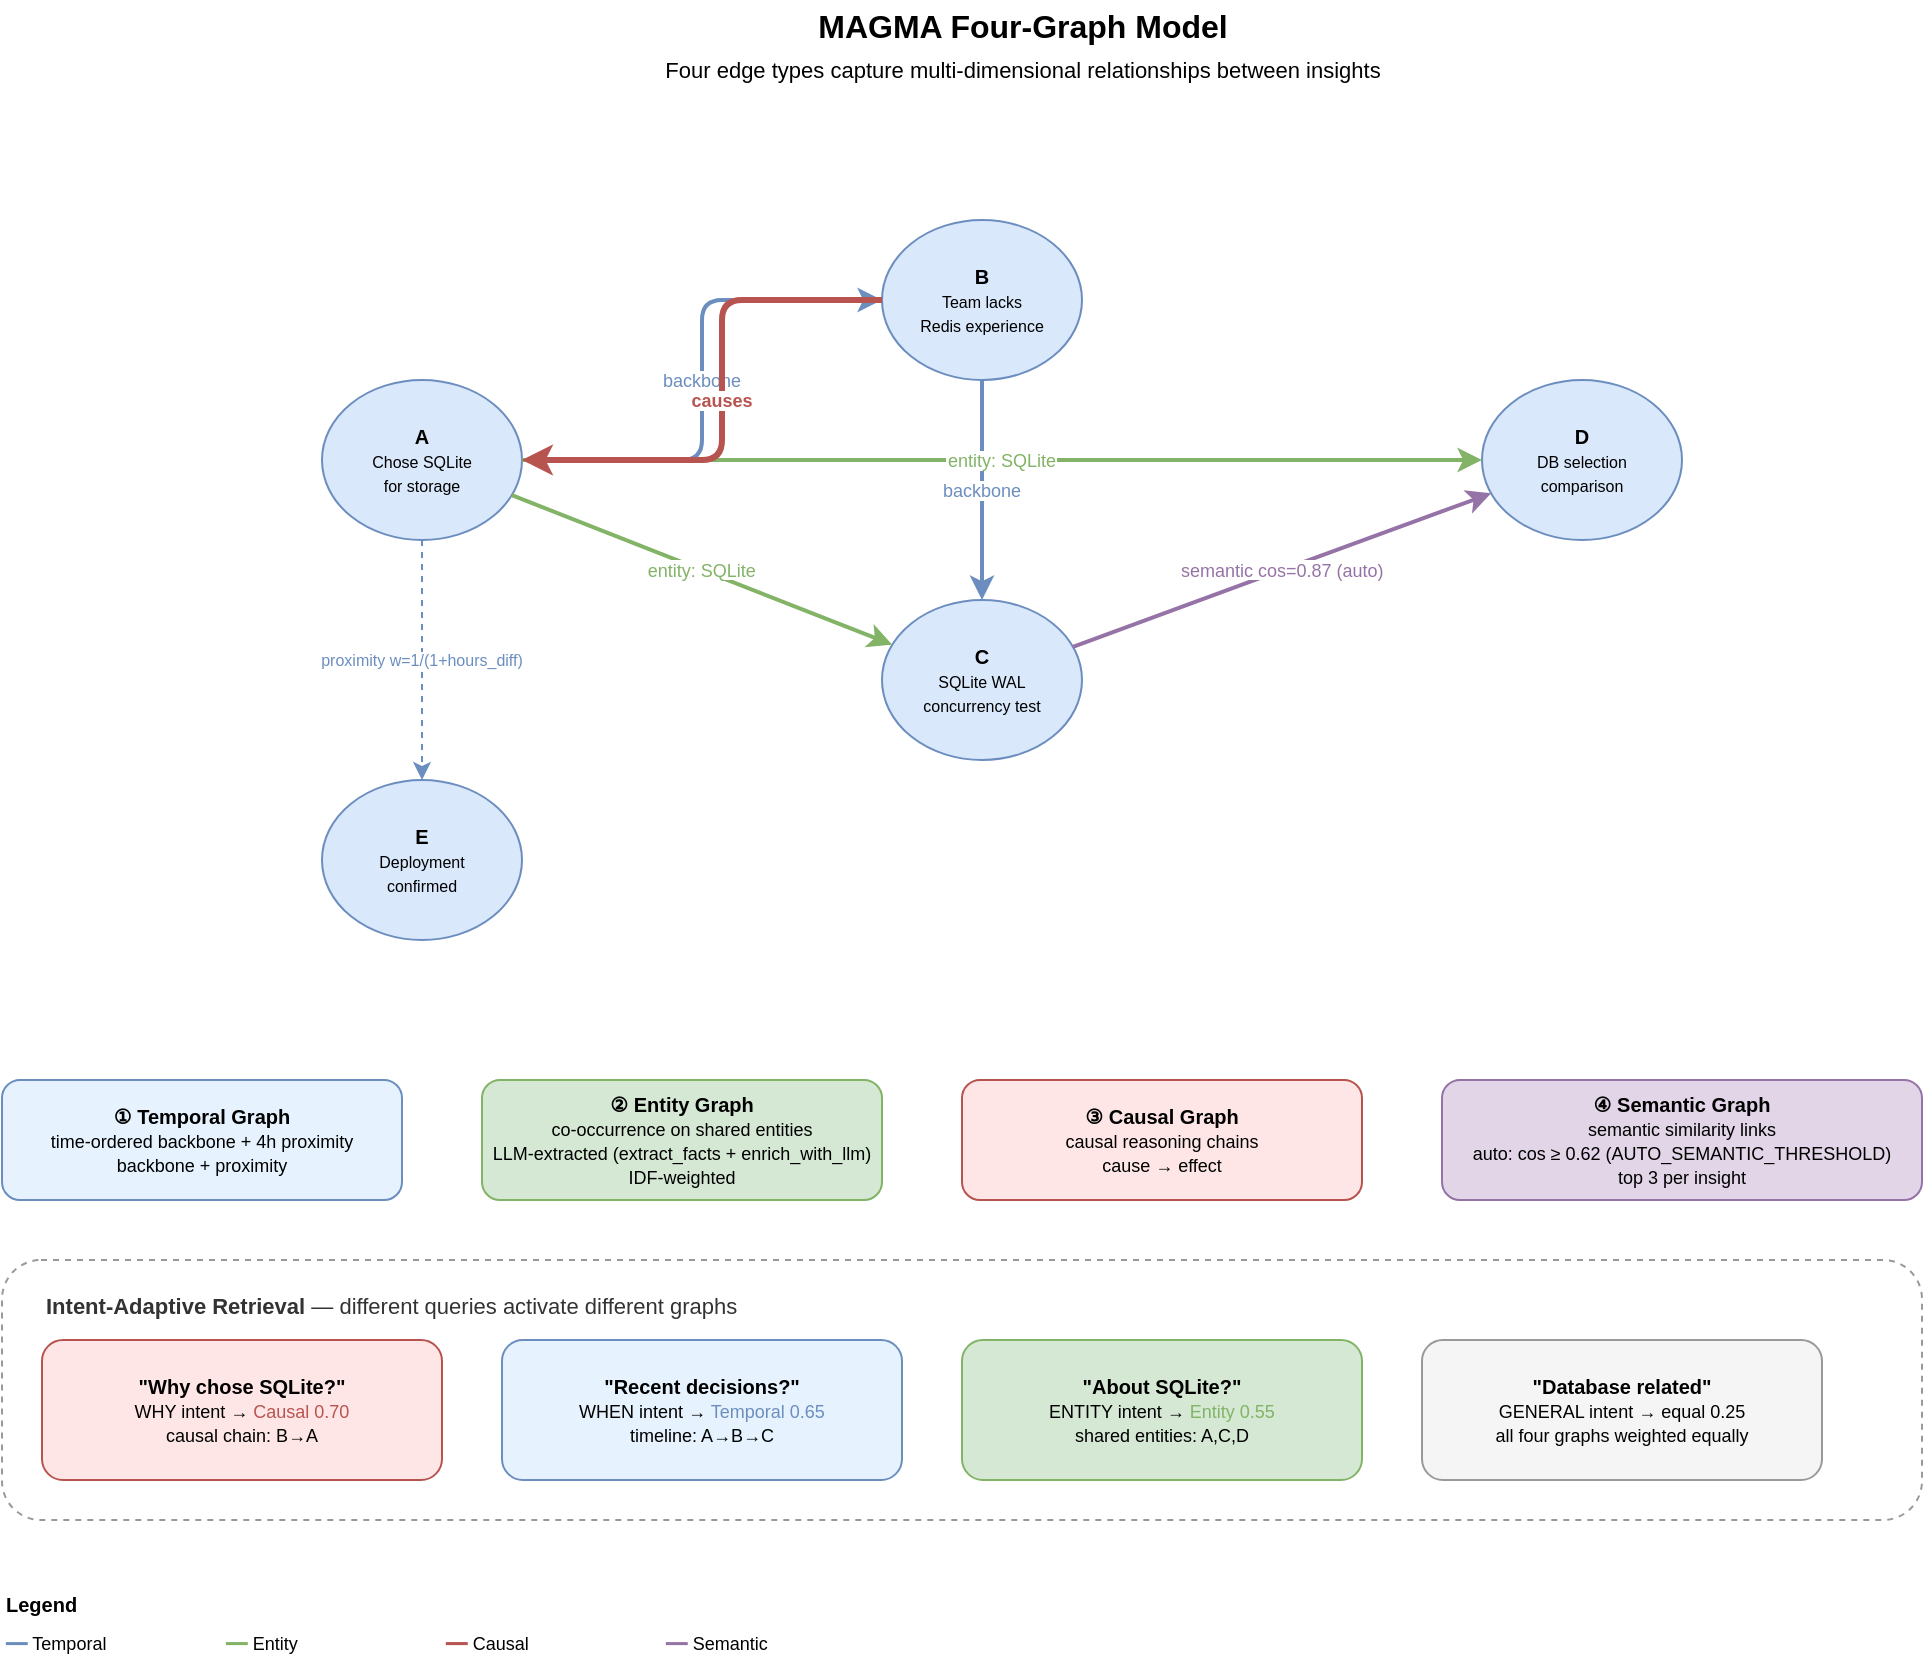
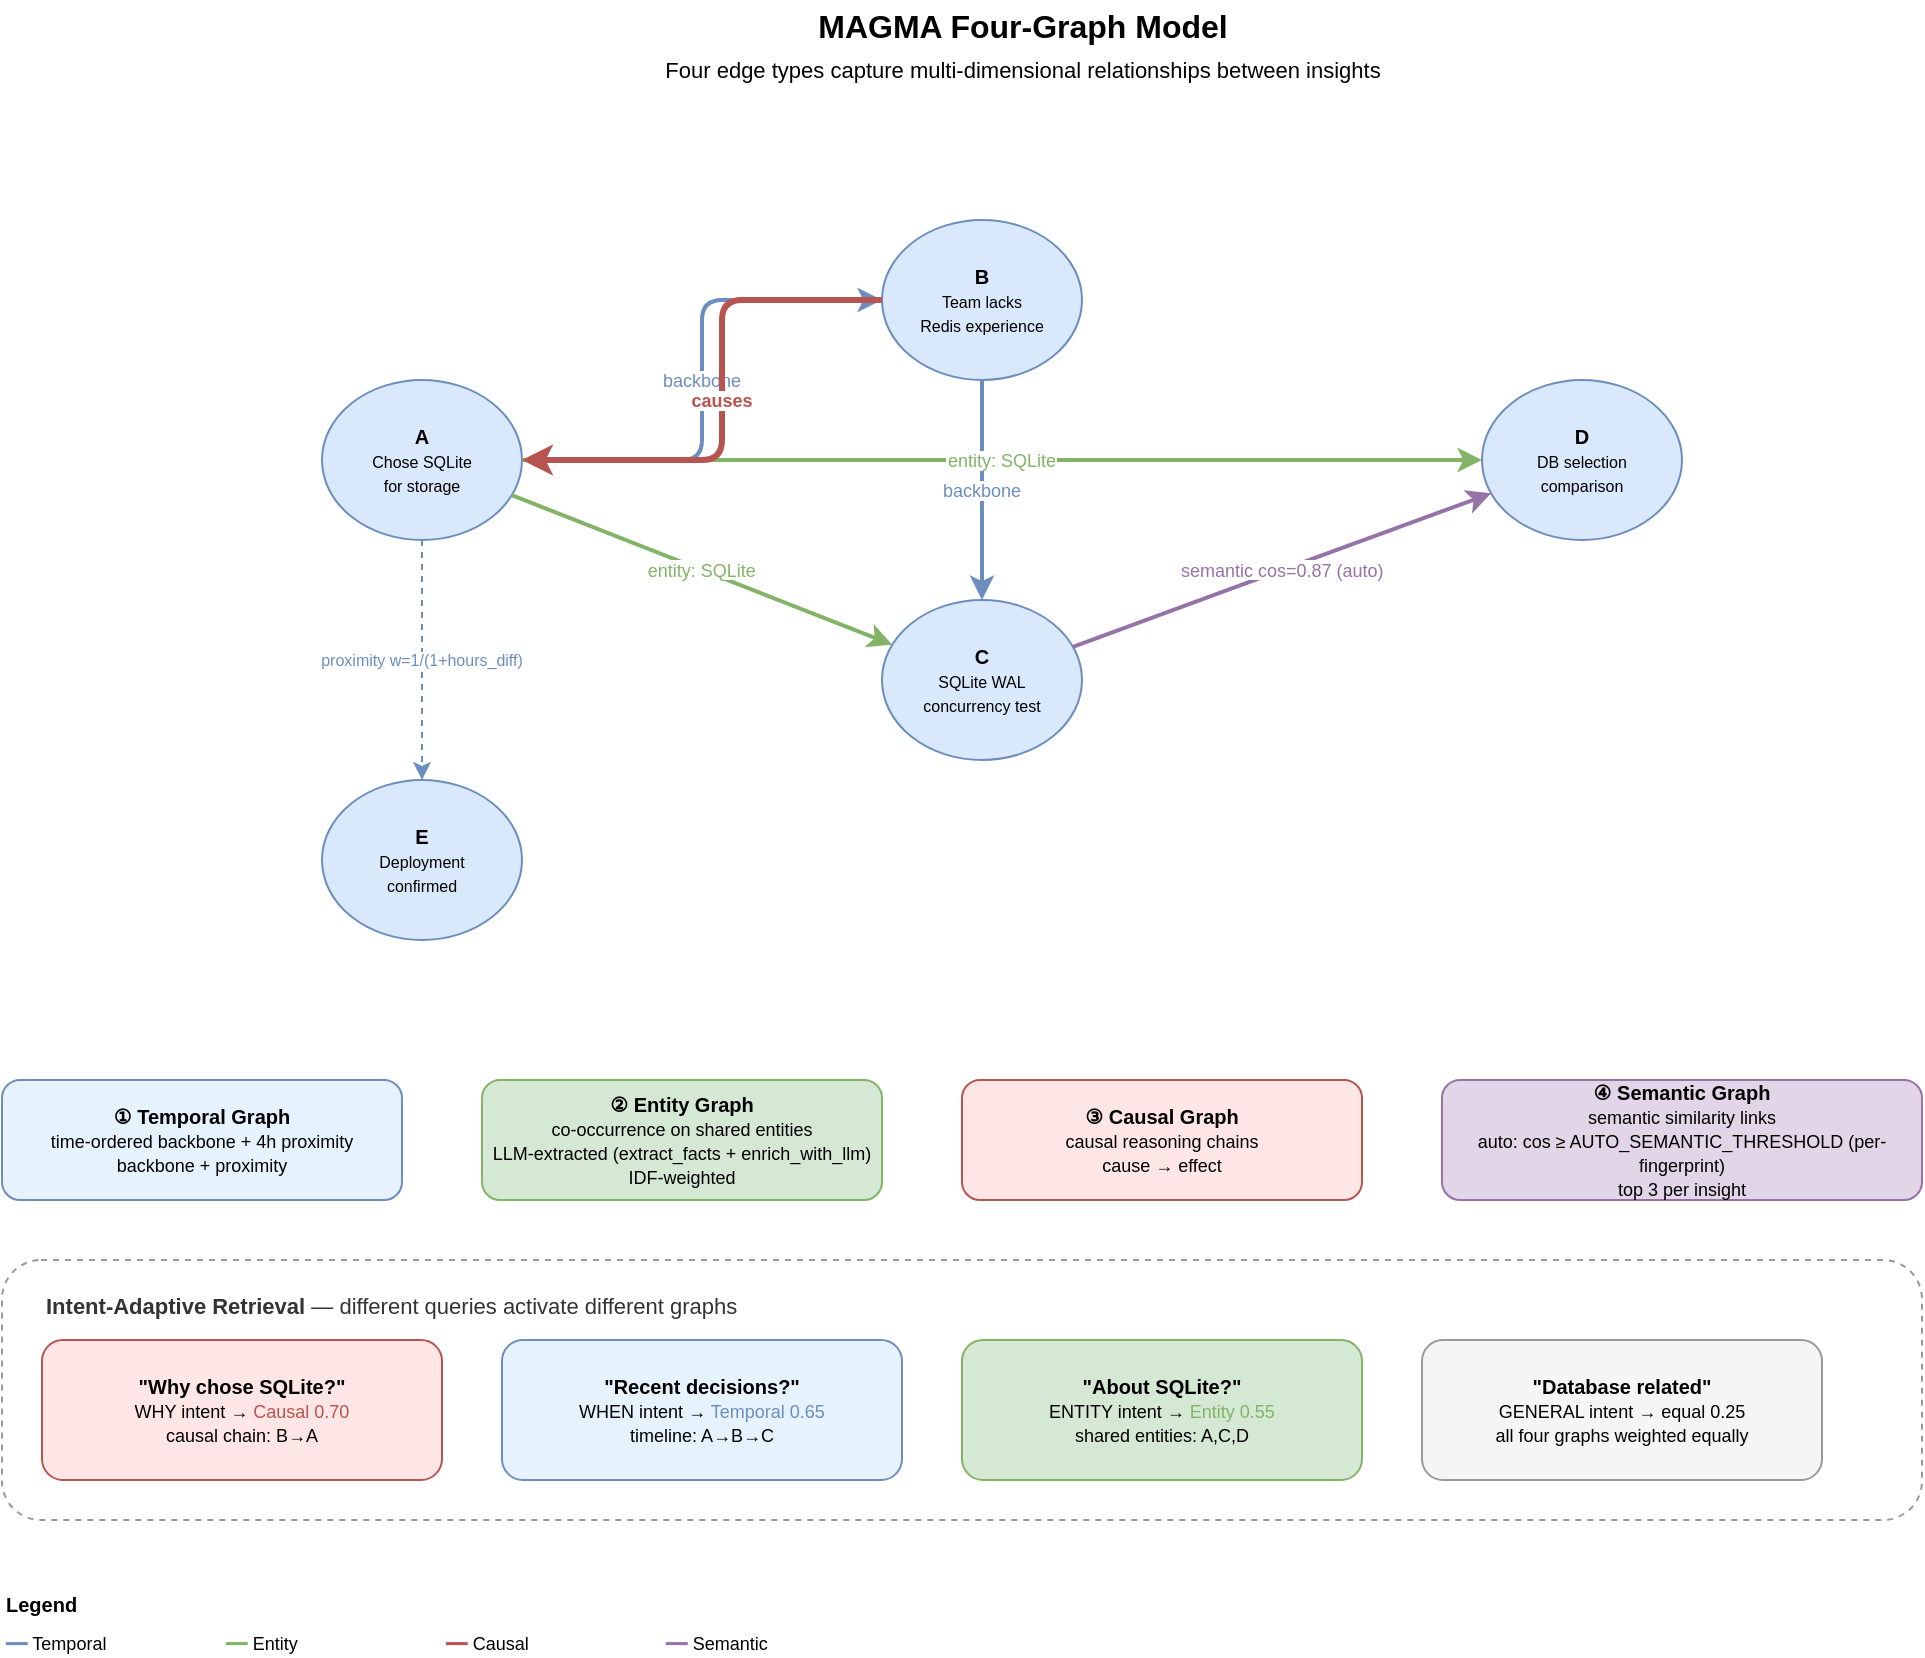
<mxfile host="app.diagrams.net" agent="Claude" version="24.0.0" type="device">
  <diagram id="fourgraph" name="MAGMA Four-Graph Model">
    <mxGraphModel dx="1422" dy="1000" grid="1" gridSize="10" guides="1" tooltips="1" connect="1" arrows="1" fold="1" page="1" pageScale="1" pageWidth="1200" pageHeight="900" math="0" shadow="0">
      <root>
        <mxCell id="0" />
        <mxCell id="1" parent="0" />
        <mxCell id="fg_title" value="&lt;b&gt;MAGMA Four-Graph Model&lt;/b&gt;&lt;br&gt;&lt;font style=&quot;font-size:11px&quot;&gt;Four edge types capture multi-dimensional relationships between insights&lt;/font&gt;" style="text;html=1;align=center;verticalAlign=middle;fontSize=16;strokeColor=none;fillColor=none;" vertex="1" parent="1">
          <mxGeometry x="300" y="10" width="500" height="45" as="geometry" />
        </mxCell>
        <mxCell id="fg_n1" value="&lt;b&gt;A&lt;/b&gt;&lt;br&gt;&lt;font style=&quot;font-size:8px&quot;&gt;Chose SQLite&lt;br&gt;for storage&lt;/font&gt;" style="ellipse;whiteSpace=wrap;html=1;fillColor=#dae8fc;strokeColor=#6c8ebf;fontSize=10;" vertex="1" parent="1">
          <mxGeometry x="200" y="200" width="100" height="80" as="geometry" />
        </mxCell>
        <mxCell id="fg_n2" value="&lt;b&gt;B&lt;/b&gt;&lt;br&gt;&lt;font style=&quot;font-size:8px&quot;&gt;Team lacks&lt;br&gt;Redis experience&lt;/font&gt;" style="ellipse;whiteSpace=wrap;html=1;fillColor=#dae8fc;strokeColor=#6c8ebf;fontSize=10;" vertex="1" parent="1">
          <mxGeometry x="480" y="120" width="100" height="80" as="geometry" />
        </mxCell>
        <mxCell id="fg_n3" value="&lt;b&gt;C&lt;/b&gt;&lt;br&gt;&lt;font style=&quot;font-size:8px&quot;&gt;SQLite WAL&lt;br&gt;concurrency test&lt;/font&gt;" style="ellipse;whiteSpace=wrap;html=1;fillColor=#dae8fc;strokeColor=#6c8ebf;fontSize=10;" vertex="1" parent="1">
          <mxGeometry x="480" y="310" width="100" height="80" as="geometry" />
        </mxCell>
        <mxCell id="fg_n4" value="&lt;b&gt;D&lt;/b&gt;&lt;br&gt;&lt;font style=&quot;font-size:8px&quot;&gt;DB selection&lt;br&gt;comparison&lt;/font&gt;" style="ellipse;whiteSpace=wrap;html=1;fillColor=#dae8fc;strokeColor=#6c8ebf;fontSize=10;" vertex="1" parent="1">
          <mxGeometry x="780" y="200" width="100" height="80" as="geometry" />
        </mxCell>
        <mxCell id="fg_n5" value="&lt;b&gt;E&lt;/b&gt;&lt;br&gt;&lt;font style=&quot;font-size:8px&quot;&gt;Deployment&lt;br&gt;confirmed&lt;/font&gt;" style="ellipse;whiteSpace=wrap;html=1;fillColor=#dae8fc;strokeColor=#6c8ebf;fontSize=10;" vertex="1" parent="1">
          <mxGeometry x="200" y="400" width="100" height="80" as="geometry" />
        </mxCell>
        <mxCell id="fg_t_label" value="&lt;b&gt;① Temporal Graph&lt;/b&gt;&lt;br&gt;&lt;font style=&quot;font-size:9px&quot;&gt;time-ordered backbone + 4h proximity&lt;br&gt;backbone + proximity&lt;/font&gt;" style="rounded=1;whiteSpace=wrap;html=1;fillColor=#E6F3FF;strokeColor=#6c8ebf;fontSize=10;" vertex="1" parent="1">
          <mxGeometry x="40" y="550" width="200" height="60" as="geometry" />
        </mxCell>
        <mxCell id="fg_t1" value="backbone" style="edgeStyle=orthogonalEdgeStyle;rounded=1;strokeColor=#6c8ebf;strokeWidth=2;fontSize=9;fontColor=#6c8ebf;" edge="1" parent="1" source="fg_n1" target="fg_n2">
          <mxGeometry relative="1" as="geometry" />
        </mxCell>
        <mxCell id="fg_t2" value="backbone" style="edgeStyle=orthogonalEdgeStyle;rounded=1;strokeColor=#6c8ebf;strokeWidth=2;fontSize=9;fontColor=#6c8ebf;" edge="1" parent="1" source="fg_n2" target="fg_n3">
          <mxGeometry relative="1" as="geometry" />
        </mxCell>
        <mxCell id="fg_t3" value="proximity w=1/(1+hours_diff)" style="rounded=1;strokeColor=#6c8ebf;strokeWidth=1;dashed=1;fontSize=8;fontColor=#6c8ebf;" edge="1" parent="1" source="fg_n1" target="fg_n5">
          <mxGeometry relative="1" as="geometry" />
        </mxCell>
        <mxCell id="fg_e_label" value="&lt;b&gt;② Entity Graph&lt;/b&gt;&lt;br&gt;&lt;font style=&quot;font-size:9px&quot;&gt;co-occurrence on shared entities&lt;br&gt;LLM-extracted (extract_facts + enrich_with_llm)&lt;br&gt;IDF-weighted&lt;/font&gt;" style="rounded=1;whiteSpace=wrap;html=1;fillColor=#d5e8d4;strokeColor=#82b366;fontSize=10;" vertex="1" parent="1">
          <mxGeometry x="280" y="550" width="200" height="60" as="geometry" />
        </mxCell>
        <mxCell id="fg_e1" value="entity: SQLite" style="rounded=1;strokeColor=#82b366;strokeWidth=2;fontSize=9;fontColor=#82b366;" edge="1" parent="1" source="fg_n1" target="fg_n3">
          <mxGeometry relative="1" as="geometry" />
        </mxCell>
        <mxCell id="fg_e2" value="entity: SQLite" style="rounded=1;strokeColor=#82b366;strokeWidth=2;fontSize=9;fontColor=#82b366;" edge="1" parent="1" source="fg_n1" target="fg_n4">
          <mxGeometry relative="1" as="geometry" />
        </mxCell>
        <mxCell id="fg_c_label" value="&lt;b&gt;③ Causal Graph&lt;/b&gt;&lt;br&gt;&lt;font style=&quot;font-size:9px&quot;&gt;causal reasoning chains&lt;br&gt;cause → effect&lt;/font&gt;" style="rounded=1;whiteSpace=wrap;html=1;fillColor=#FFE6E6;strokeColor=#b85450;fontSize=10;" vertex="1" parent="1">
          <mxGeometry x="520" y="550" width="200" height="60" as="geometry" />
        </mxCell>
        <mxCell id="fg_c1" value="causes" style="rounded=1;strokeColor=#b85450;strokeWidth=3;fontSize=9;fontColor=#b85450;fontStyle=1;" edge="1" parent="1" source="fg_n2" target="fg_n1">
          <mxGeometry relative="1" as="geometry">
            <Array as="points">
              <mxPoint x="400" y="160" />
              <mxPoint x="400" y="240" />
            </Array>
          </mxGeometry>
        </mxCell>
-         <mxCell id="fg_s_label" value="&lt;b&gt;④ Semantic Graph&lt;/b&gt;&lt;br&gt;&lt;font style=&quot;font-size:9px&quot;&gt;semantic similarity links&lt;br&gt;auto: cos ≥ 0.62 (AUTO_SEMANTIC_THRESHOLD)&lt;br&gt;top 3 per insight&lt;/font&gt;" style="rounded=1;whiteSpace=wrap;html=1;fillColor=#e1d5e7;strokeColor=#9673a6;fontSize=10;" vertex="1" parent="1">
+         <mxCell id="fg_s_label" value="&lt;b&gt;④ Semantic Graph&lt;/b&gt;&lt;br&gt;&lt;font style=&quot;font-size:9px&quot;&gt;semantic similarity links&lt;br&gt;auto: cos ≥ AUTO_SEMANTIC_THRESHOLD (per-fingerprint)&lt;br&gt;top 3 per insight&lt;/font&gt;" style="rounded=1;whiteSpace=wrap;html=1;fillColor=#e1d5e7;strokeColor=#9673a6;fontSize=10;" vertex="1" parent="1">
          <mxGeometry x="760" y="550" width="240" height="60" as="geometry" />
        </mxCell>
        <mxCell id="fg_s1" value="semantic cos=0.87 (auto)" style="rounded=1;strokeColor=#9673a6;strokeWidth=2;dashed=0;fontSize=9;fontColor=#9673a6;" edge="1" parent="1" source="fg_n3" target="fg_n4">
          <mxGeometry relative="1" as="geometry" />
        </mxCell>
        <mxCell id="fg_intent_box" value="" style="rounded=1;whiteSpace=wrap;html=1;fillColor=none;strokeColor=#999999;dashed=1;" vertex="1" parent="1">
          <mxGeometry x="40" y="640" width="960" height="130" as="geometry" />
        </mxCell>
        <mxCell id="fg_intent_title" value="&lt;b&gt;Intent-Adaptive Retrieval&lt;/b&gt;  — different queries activate different graphs" style="text;html=1;align=left;fontSize=11;fillColor=none;strokeColor=none;fontColor=#333333;" vertex="1" parent="1">
          <mxGeometry x="60" y="650" width="500" height="20" as="geometry" />
        </mxCell>
        <mxCell id="fg_why" value="&lt;b&gt;&quot;Why chose SQLite?&quot;&lt;/b&gt;&lt;br&gt;&lt;font style=&quot;font-size:9px&quot;&gt;WHY intent → &lt;font color=&quot;#b85450&quot;&gt;Causal 0.70&lt;/font&gt;&lt;br&gt;causal chain: B→A&lt;/font&gt;" style="rounded=1;whiteSpace=wrap;html=1;fillColor=#FFE6E6;strokeColor=#b85450;fontSize=10;" vertex="1" parent="1">
          <mxGeometry x="60" y="680" width="200" height="70" as="geometry" />
        </mxCell>
        <mxCell id="fg_when" value="&lt;b&gt;&quot;Recent decisions?&quot;&lt;/b&gt;&lt;br&gt;&lt;font style=&quot;font-size:9px&quot;&gt;WHEN intent → &lt;font color=&quot;#6c8ebf&quot;&gt;Temporal 0.65&lt;/font&gt;&lt;br&gt;timeline: A→B→C&lt;/font&gt;" style="rounded=1;whiteSpace=wrap;html=1;fillColor=#E6F3FF;strokeColor=#6c8ebf;fontSize=10;" vertex="1" parent="1">
          <mxGeometry x="290" y="680" width="200" height="70" as="geometry" />
        </mxCell>
        <mxCell id="fg_entity" value="&lt;b&gt;&quot;About SQLite?&quot;&lt;/b&gt;&lt;br&gt;&lt;font style=&quot;font-size:9px&quot;&gt;ENTITY intent → &lt;font color=&quot;#82b366&quot;&gt;Entity 0.55&lt;/font&gt;&lt;br&gt;shared entities: A,C,D&lt;/font&gt;" style="rounded=1;whiteSpace=wrap;html=1;fillColor=#d5e8d4;strokeColor=#82b366;fontSize=10;" vertex="1" parent="1">
          <mxGeometry x="520" y="680" width="200" height="70" as="geometry" />
        </mxCell>
        <mxCell id="fg_general" value="&lt;b&gt;&quot;Database related&quot;&lt;/b&gt;&lt;br&gt;&lt;font style=&quot;font-size:9px&quot;&gt;GENERAL intent → equal 0.25&lt;br&gt;all four graphs weighted equally&lt;/font&gt;" style="rounded=1;whiteSpace=wrap;html=1;fillColor=#f5f5f5;strokeColor=#999999;fontSize=10;" vertex="1" parent="1">
          <mxGeometry x="750" y="680" width="200" height="70" as="geometry" />
        </mxCell>
        <mxCell id="fg_legend_title" value="&lt;b&gt;Legend&lt;/b&gt;" style="text;html=1;align=left;fontSize=10;fillColor=none;strokeColor=none;" vertex="1" parent="1">
          <mxGeometry x="40" y="800" width="60" height="20" as="geometry" />
        </mxCell>
        <mxCell id="fg_leg1" value="&lt;font color=&quot;#6c8ebf&quot;&gt;━━&lt;/font&gt; Temporal" style="text;html=1;align=left;fontSize=9;fillColor=none;strokeColor=none;" vertex="1" parent="1">
          <mxGeometry x="40" y="820" width="100" height="15" as="geometry" />
        </mxCell>
        <mxCell id="fg_leg2" value="&lt;font color=&quot;#82b366&quot;&gt;━━&lt;/font&gt; Entity" style="text;html=1;align=left;fontSize=9;fillColor=none;strokeColor=none;" vertex="1" parent="1">
          <mxGeometry x="150" y="820" width="100" height="15" as="geometry" />
        </mxCell>
        <mxCell id="fg_leg3" value="&lt;font color=&quot;#b85450&quot;&gt;━━&lt;/font&gt; Causal" style="text;html=1;align=left;fontSize=9;fillColor=none;strokeColor=none;" vertex="1" parent="1">
          <mxGeometry x="260" y="820" width="100" height="15" as="geometry" />
        </mxCell>
        <mxCell id="fg_leg4" value="&lt;font color=&quot;#9673a6&quot;&gt;━━&lt;/font&gt; Semantic" style="text;html=1;align=left;fontSize=9;fillColor=none;strokeColor=none;" vertex="1" parent="1">
          <mxGeometry x="370" y="820" width="100" height="15" as="geometry" />
        </mxCell>
      </root>
    </mxGraphModel>
  </diagram>
</mxfile>
